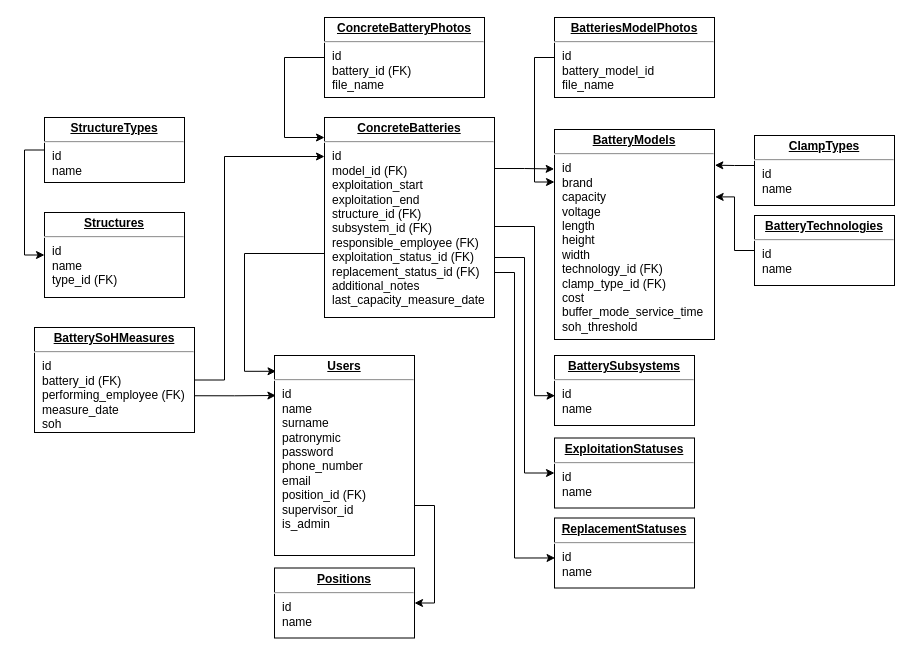
This is Диаграмма без названия.drawio from wackyEvidence/BatteriesConditionTracker, a draw.io file, before an edit. Source tidied: cells renumbered, new cells numbered last; positions are measured from the earlier drawing's top-left corner, leaving out a move shared by most shapes. Both pictures are drawn from the tidied source at 100%, with x=0, y=0 at pixel (34, 17).
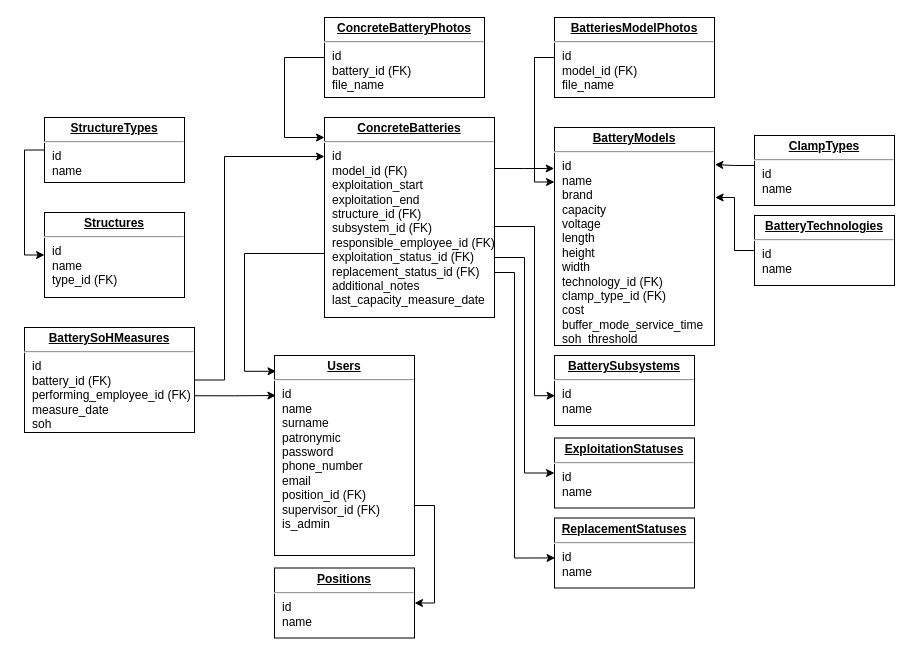
Above is the later version.

Commit message:
Обновление схемы БД.drawio

Diff of the diagram source:
```diff
@@
-    <mxCell id="3" value="&lt;p style=&quot;margin: 0px ; margin-top: 4px ; text-align: center ; text-decoration: underline&quot;&gt;&lt;b&gt;BatterySoHMeasures&lt;/b&gt;&lt;/p&gt;&lt;hr&gt;&lt;p style=&quot;margin: 0px ; margin-left: 8px&quot;&gt;id&lt;/p&gt;&lt;p style=&quot;margin: 0px ; margin-left: 8px&quot;&gt;battery_id (FK)&lt;br&gt;performing_employee (FK)&lt;/p&gt;&lt;p style=&quot;margin: 0px ; margin-left: 8px&quot;&gt;measure_date&amp;nbsp;&lt;/p&gt;&lt;p style=&quot;margin: 0px ; margin-left: 8px&quot;&gt;soh&lt;/p&gt;&lt;p style=&quot;margin: 0px ; margin-left: 8px&quot;&gt;&lt;br&gt;&lt;/p&gt;" style="verticalAlign=top;align=left;overflow=fill;fontSize=12;fontFamily=Helvetica;html=1;rounded=0;shadow=0;comic=0;labelBackgroundColor=none;strokeWidth=1;points=[[0,0,0,0,0],[0,0.25,0,0,0],[0,0.5,0,0,0],[0,0.75,0,0,0],[0,1,0,0,0],[0.25,0,0,0,0],[0.25,1,0,0,0],[0.5,0,0,0,0],[0.5,1,0,0,0],[0.75,0,0,0,0],[0.75,1,0,0,0],[1,0,0,0,0],[1,0.25,0,0,0],[1,0.5,0,0,0],[1,0.65,0,0,0],[1,1,0,0,0]];" parent="1" vertex="1">
-      <mxGeometry y="310" width="160" height="105" as="geometry" />
+    <mxCell id="3" value="&lt;p style=&quot;margin: 0px ; margin-top: 4px ; text-align: center ; text-decoration: underline&quot;&gt;&lt;b&gt;BatterySoHMeasures&lt;/b&gt;&lt;/p&gt;&lt;hr&gt;&lt;p style=&quot;margin: 0px ; margin-left: 8px&quot;&gt;id&lt;/p&gt;&lt;p style=&quot;margin: 0px ; margin-left: 8px&quot;&gt;battery_id (FK)&lt;br&gt;performing_employee_id (FK)&lt;/p&gt;&lt;p style=&quot;margin: 0px ; margin-left: 8px&quot;&gt;measure_date&amp;nbsp;&lt;/p&gt;&lt;p style=&quot;margin: 0px ; margin-left: 8px&quot;&gt;soh&lt;/p&gt;&lt;p style=&quot;margin: 0px ; margin-left: 8px&quot;&gt;&lt;br&gt;&lt;/p&gt;" style="verticalAlign=top;align=left;overflow=fill;fontSize=12;fontFamily=Helvetica;html=1;rounded=0;shadow=0;comic=0;labelBackgroundColor=none;strokeWidth=1;points=[[0,0,0,0,0],[0,0.25,0,0,0],[0,0.5,0,0,0],[0,0.75,0,0,0],[0,1,0,0,0],[0.25,0,0,0,0],[0.25,1,0,0,0],[0.5,0,0,0,0],[0.5,1,0,0,0],[0.75,0,0,0,0],[0.75,1,0,0,0],[1,0,0,0,0],[1,0.25,0,0,0],[1,0.5,0,0,0],[1,0.65,0,0,0],[1,1,0,0,0]];" parent="1" vertex="1">
+      <mxGeometry x="-10" y="310" width="170" height="105" as="geometry" />
     </mxCell>
@@
-    <mxCell id="7" value="&lt;p style=&quot;margin: 0px ; margin-top: 4px ; text-align: center ; text-decoration: underline&quot;&gt;&lt;b&gt;BatteryModels&lt;/b&gt;&lt;/p&gt;&lt;hr&gt;&lt;p style=&quot;margin: 0px ; margin-left: 8px&quot;&gt;id&lt;/p&gt;&lt;p style=&quot;margin: 0px ; margin-left: 8px&quot;&gt;brand&lt;/p&gt;&lt;p style=&quot;margin: 0px ; margin-left: 8px&quot;&gt;capacity&lt;/p&gt;&lt;p style=&quot;margin: 0px ; margin-left: 8px&quot;&gt;voltage&lt;/p&gt;&lt;p style=&quot;margin: 0px ; margin-left: 8px&quot;&gt;length&lt;/p&gt;&lt;p style=&quot;margin: 0px ; margin-left: 8px&quot;&gt;height&lt;/p&gt;&lt;p style=&quot;margin: 0px ; margin-left: 8px&quot;&gt;width&lt;/p&gt;&lt;p style=&quot;margin: 0px ; margin-left: 8px&quot;&gt;technology_id (FK)&lt;/p&gt;&lt;p style=&quot;margin: 0px ; margin-left: 8px&quot;&gt;clamp_type_id (FK)&lt;/p&gt;&lt;p style=&quot;margin: 0px ; margin-left: 8px&quot;&gt;cost&lt;/p&gt;&lt;p style=&quot;margin: 0px ; margin-left: 8px&quot;&gt;buffer_mode_service_time&lt;/p&gt;&lt;p style=&quot;margin: 0px ; margin-left: 8px&quot;&gt;soh_threshold&lt;/p&gt;" style="verticalAlign=top;align=left;overflow=fill;fontSize=12;fontFamily=Helvetica;html=1;rounded=0;shadow=0;comic=0;labelBackgroundColor=none;strokeWidth=1;" parent="1" vertex="1">
-      <mxGeometry x="520" y="112" width="160" height="210" as="geometry" />
+    <mxCell id="7" value="&lt;p style=&quot;margin: 0px ; margin-top: 4px ; text-align: center ; text-decoration: underline&quot;&gt;&lt;b&gt;BatteryModels&lt;/b&gt;&lt;/p&gt;&lt;hr&gt;&lt;p style=&quot;margin: 0px ; margin-left: 8px&quot;&gt;id&lt;/p&gt;&lt;p style=&quot;margin: 0px ; margin-left: 8px&quot;&gt;name&lt;/p&gt;&lt;p style=&quot;margin: 0px ; margin-left: 8px&quot;&gt;brand&lt;/p&gt;&lt;p style=&quot;margin: 0px ; margin-left: 8px&quot;&gt;capacity&lt;/p&gt;&lt;p style=&quot;margin: 0px ; margin-left: 8px&quot;&gt;voltage&lt;/p&gt;&lt;p style=&quot;margin: 0px ; margin-left: 8px&quot;&gt;length&lt;/p&gt;&lt;p style=&quot;margin: 0px ; margin-left: 8px&quot;&gt;height&lt;/p&gt;&lt;p style=&quot;margin: 0px ; margin-left: 8px&quot;&gt;width&lt;/p&gt;&lt;p style=&quot;margin: 0px ; margin-left: 8px&quot;&gt;technology_id (FK)&lt;/p&gt;&lt;p style=&quot;margin: 0px ; margin-left: 8px&quot;&gt;clamp_type_id (FK)&lt;/p&gt;&lt;p style=&quot;margin: 0px ; margin-left: 8px&quot;&gt;cost&lt;/p&gt;&lt;p style=&quot;margin: 0px ; margin-left: 8px&quot;&gt;buffer_mode_service_time&lt;/p&gt;&lt;p style=&quot;margin: 0px ; margin-left: 8px&quot;&gt;soh_threshold&lt;/p&gt;" style="verticalAlign=top;align=left;overflow=fill;fontSize=12;fontFamily=Helvetica;html=1;rounded=0;shadow=0;comic=0;labelBackgroundColor=none;strokeWidth=1;" parent="1" vertex="1">
+      <mxGeometry x="520" y="110" width="160" height="218" as="geometry" />
     </mxCell>
-    <mxCell id="8" value="&lt;p style=&quot;margin: 0px ; margin-top: 4px ; text-align: center ; text-decoration: underline&quot;&gt;&lt;b&gt;BatteriesModelPhotos&lt;/b&gt;&lt;/p&gt;&lt;hr&gt;&lt;p style=&quot;margin: 0px ; margin-left: 8px&quot;&gt;id&lt;br&gt;battery_model_id&lt;br&gt;file_name&lt;/p&gt;" style="verticalAlign=top;align=left;overflow=fill;fontSize=12;fontFamily=Helvetica;html=1;rounded=0;shadow=0;comic=0;labelBackgroundColor=none;strokeWidth=1;" parent="1" vertex="1">
+    <mxCell id="8" value="&lt;p style=&quot;margin: 0px ; margin-top: 4px ; text-align: center ; text-decoration: underline&quot;&gt;&lt;b&gt;BatteriesModelPhotos&lt;/b&gt;&lt;/p&gt;&lt;hr&gt;&lt;p style=&quot;margin: 0px ; margin-left: 8px&quot;&gt;id&lt;br&gt;model_id (FK)&lt;br&gt;file_name&lt;/p&gt;" style="verticalAlign=top;align=left;overflow=fill;fontSize=12;fontFamily=Helvetica;html=1;rounded=0;shadow=0;comic=0;labelBackgroundColor=none;strokeWidth=1;" parent="1" vertex="1">
       <mxGeometry x="520" width="160" height="80" as="geometry" />
     </mxCell>
@@
-    <mxCell id="13" value="&lt;p style=&quot;margin: 0px ; margin-top: 4px ; text-align: center ; text-decoration: underline&quot;&gt;&lt;b&gt;ConcreteBatteries&lt;/b&gt;&lt;/p&gt;&lt;hr&gt;&lt;p style=&quot;margin: 0px ; margin-left: 8px&quot;&gt;id&lt;/p&gt;&lt;p style=&quot;margin: 0px ; margin-left: 8px&quot;&gt;model_id (FK)&lt;/p&gt;&lt;p style=&quot;margin: 0px ; margin-left: 8px&quot;&gt;exploitation_start&lt;/p&gt;&lt;p style=&quot;margin: 0px ; margin-left: 8px&quot;&gt;exploitation_end&lt;/p&gt;&lt;p style=&quot;margin: 0px ; margin-left: 8px&quot;&gt;structure_id (FK)&lt;/p&gt;&lt;p style=&quot;margin: 0px ; margin-left: 8px&quot;&gt;subsystem_id (FK)&lt;/p&gt;&lt;p style=&quot;margin: 0px ; margin-left: 8px&quot;&gt;responsible_employee (FK)&lt;/p&gt;&lt;p style=&quot;margin: 0px ; margin-left: 8px&quot;&gt;exploitation_status_id (FK)&lt;/p&gt;&lt;p style=&quot;margin: 0px ; margin-left: 8px&quot;&gt;replacement_status_id (FK)&lt;/p&gt;&lt;p style=&quot;margin: 0px ; margin-left: 8px&quot;&gt;additional_notes&lt;br&gt;last_capacity_measure_date&lt;/p&gt;" style="verticalAlign=top;align=left;overflow=fill;fontSize=12;fontFamily=Helvetica;html=1;rounded=0;shadow=0;comic=0;labelBackgroundColor=none;strokeWidth=1;points=[[0,0.21,0,0,0],[0,0.54,0,0,0],[0,0.68,0,0,0],[0,0.84,0,0,0],[0,1,0,0,0],[0.25,1,0,0,0],[0.5,1,0,0,0],[0.75,1,0,0,0],[1,0,0,0,0],[1,0.19,0,0,0],[1,0.28,0,0,0],[1,0.51,0,0,0],[1,0.59,0,0,0],[1,0.75,0,0,0],[1,0.84,0,0,0],[1,1,0,0,0]];" parent="1" vertex="1">
+    <mxCell id="13" value="&lt;p style=&quot;margin: 0px ; margin-top: 4px ; text-align: center ; text-decoration: underline&quot;&gt;&lt;b&gt;ConcreteBatteries&lt;/b&gt;&lt;/p&gt;&lt;hr&gt;&lt;p style=&quot;margin: 0px ; margin-left: 8px&quot;&gt;id&lt;/p&gt;&lt;p style=&quot;margin: 0px ; margin-left: 8px&quot;&gt;model_id (FK)&lt;/p&gt;&lt;p style=&quot;margin: 0px ; margin-left: 8px&quot;&gt;exploitation_start&lt;/p&gt;&lt;p style=&quot;margin: 0px ; margin-left: 8px&quot;&gt;exploitation_end&lt;/p&gt;&lt;p style=&quot;margin: 0px ; margin-left: 8px&quot;&gt;structure_id (FK)&lt;/p&gt;&lt;p style=&quot;margin: 0px ; margin-left: 8px&quot;&gt;subsystem_id (FK)&lt;/p&gt;&lt;p style=&quot;margin: 0px ; margin-left: 8px&quot;&gt;responsible_employee_id (FK)&lt;/p&gt;&lt;p style=&quot;margin: 0px ; margin-left: 8px&quot;&gt;exploitation_status_id (FK)&lt;/p&gt;&lt;p style=&quot;margin: 0px ; margin-left: 8px&quot;&gt;replacement_status_id (FK)&lt;/p&gt;&lt;p style=&quot;margin: 0px ; margin-left: 8px&quot;&gt;additional_notes&lt;br&gt;last_capacity_measure_date&lt;/p&gt;" style="verticalAlign=top;align=left;overflow=fill;fontSize=12;fontFamily=Helvetica;html=1;rounded=0;shadow=0;comic=0;labelBackgroundColor=none;strokeWidth=1;points=[[0,0.21,0,0,0],[0,0.54,0,0,0],[0,0.68,0,0,0],[0,0.84,0,0,0],[0,1,0,0,0],[0.25,1,0,0,0],[0.5,1,0,0,0],[0.75,1,0,0,0],[1,0,0,0,0],[1,0.19,0,0,0],[1,0.28,0,0,0],[1,0.51,0,0,0],[1,0.59,0,0,0],[1,0.75,0,0,0],[1,0.84,0,0,0],[1,1,0,0,0]];" parent="1" vertex="1">
       <mxGeometry x="290" y="100" width="170" height="200" as="geometry" />
     </mxCell>
@@
-    <mxCell id="15" value="&lt;p style=&quot;margin: 0px ; margin-top: 4px ; text-align: center ; text-decoration: underline&quot;&gt;&lt;b&gt;Users&lt;/b&gt;&lt;/p&gt;&lt;hr&gt;&lt;p style=&quot;margin: 0px ; margin-left: 8px&quot;&gt;id&lt;br&gt;name&amp;nbsp;&lt;/p&gt;&lt;p style=&quot;margin: 0px ; margin-left: 8px&quot;&gt;surname&lt;/p&gt;&lt;p style=&quot;margin: 0px ; margin-left: 8px&quot;&gt;patronymic&lt;/p&gt;&lt;p style=&quot;margin: 0px ; margin-left: 8px&quot;&gt;&lt;span style=&quot;background-color: initial;&quot;&gt;password&lt;/span&gt;&lt;br&gt;&lt;/p&gt;&lt;p style=&quot;margin: 0px ; margin-left: 8px&quot;&gt;phone_number&lt;/p&gt;&lt;p style=&quot;margin: 0px ; margin-left: 8px&quot;&gt;email&lt;/p&gt;&lt;p style=&quot;margin: 0px ; margin-left: 8px&quot;&gt;position_id (FK)&lt;/p&gt;&lt;p style=&quot;margin: 0px ; margin-left: 8px&quot;&gt;supervisor_id&lt;/p&gt;&lt;p style=&quot;margin: 0px ; margin-left: 8px&quot;&gt;is_admin&lt;/p&gt;" style="verticalAlign=top;align=left;overflow=fill;fontSize=12;fontFamily=Helvetica;html=1;rounded=0;shadow=0;comic=0;labelBackgroundColor=none;strokeWidth=1;" parent="1" vertex="1">
+    <mxCell id="15" value="&lt;p style=&quot;margin: 0px ; margin-top: 4px ; text-align: center ; text-decoration: underline&quot;&gt;&lt;b&gt;Users&lt;/b&gt;&lt;/p&gt;&lt;hr&gt;&lt;p style=&quot;margin: 0px ; margin-left: 8px&quot;&gt;id&lt;br&gt;name&amp;nbsp;&lt;/p&gt;&lt;p style=&quot;margin: 0px ; margin-left: 8px&quot;&gt;surname&lt;/p&gt;&lt;p style=&quot;margin: 0px ; margin-left: 8px&quot;&gt;patronymic&lt;/p&gt;&lt;p style=&quot;margin: 0px ; margin-left: 8px&quot;&gt;&lt;span style=&quot;background-color: initial;&quot;&gt;password&lt;/span&gt;&lt;br&gt;&lt;/p&gt;&lt;p style=&quot;margin: 0px ; margin-left: 8px&quot;&gt;phone_number&lt;/p&gt;&lt;p style=&quot;margin: 0px ; margin-left: 8px&quot;&gt;email&lt;/p&gt;&lt;p style=&quot;margin: 0px ; margin-left: 8px&quot;&gt;position_id (FK)&lt;/p&gt;&lt;p style=&quot;margin: 0px ; margin-left: 8px&quot;&gt;supervisor_id (FK)&lt;/p&gt;&lt;p style=&quot;margin: 0px ; margin-left: 8px&quot;&gt;is_admin&lt;/p&gt;" style="verticalAlign=top;align=left;overflow=fill;fontSize=12;fontFamily=Helvetica;html=1;rounded=0;shadow=0;comic=0;labelBackgroundColor=none;strokeWidth=1;" parent="1" vertex="1">
       <mxGeometry x="240" y="338" width="140" height="200" as="geometry" />
     </mxCell>
```
